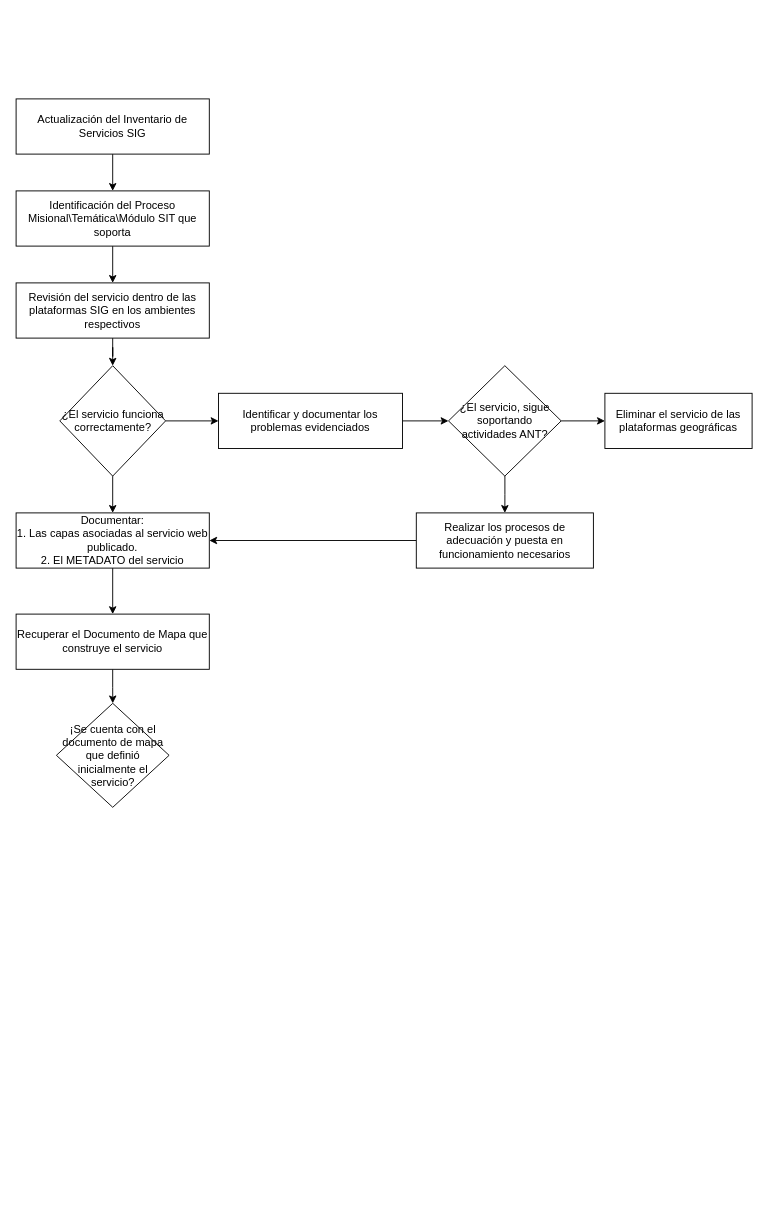
The draw.io diagram GestionServiciosGeograficosSSIT.drawio in rjsaby/FlujoProcesos, before the edit. Source tidied: cells renumbered, new cells numbered last; positions are measured from the earlier drawing's top-left corner, leaving out a move shared by most shapes. Both pictures are drawn from the tidied source at 92%, with x=0, y=0 at pixel (16, 98).
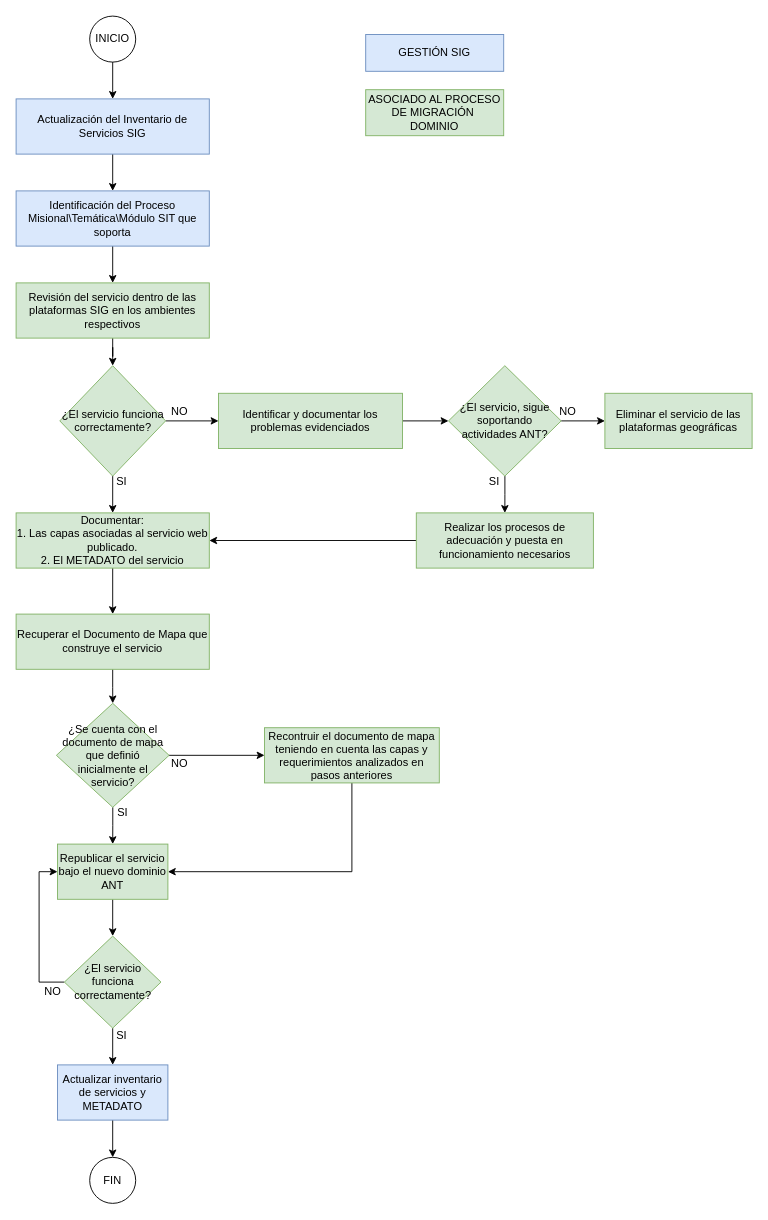
After the change.

What changed in the source:
```diff
@@
-    <mxCell id="3" value="Actualización del Inventario de Servicios SIG" style="rounded=0;whiteSpace=wrap;html=1;" parent="1" vertex="1">
+    <mxCell id="3" value="Actualización del Inventario de Servicios SIG" style="rounded=0;whiteSpace=wrap;html=1;fillColor=#dae8fc;strokeColor=#6c8ebf;" parent="1" vertex="1">
       <mxGeometry width="210" height="60" as="geometry" />
     </mxCell>
@@
-    <mxCell id="5" value="Identificación del Proceso Misional\Temática\Módulo SIT que soporta" style="rounded=0;whiteSpace=wrap;html=1;" parent="1" vertex="1">
+    <mxCell id="5" value="Identificación del Proceso Misional\Temática\Módulo SIT que soporta" style="rounded=0;whiteSpace=wrap;html=1;fillColor=#dae8fc;strokeColor=#6c8ebf;" parent="1" vertex="1">
       <mxGeometry y="100" width="210" height="60" as="geometry" />
     </mxCell>
@@
-    <mxCell id="7" value="Revisión del servicio dentro de las plataformas SIG en los ambientes respectivos" style="rounded=0;whiteSpace=wrap;html=1;" parent="1" vertex="1">
+    <mxCell id="7" value="Revisión del servicio dentro de las plataformas SIG en los ambientes respectivos" style="rounded=0;whiteSpace=wrap;html=1;fillColor=#d5e8d4;strokeColor=#82b366;" parent="1" vertex="1">
       <mxGeometry y="200" width="210" height="60" as="geometry" />
     </mxCell>
@@
-    <mxCell id="10" value="¿El servicio funciona correctamente?" style="rhombus;whiteSpace=wrap;html=1;" parent="1" vertex="1">
+    <mxCell id="10" value="¿El servicio funciona correctamente?" style="rhombus;whiteSpace=wrap;html=1;fillColor=#d5e8d4;strokeColor=#82b366;" parent="1" vertex="1">
       <mxGeometry x="47.5" y="290" width="115" height="120" as="geometry" />
     </mxCell>
@@
-    <mxCell id="12" value="Identificar y documentar los problemas evidenciados" style="rounded=0;whiteSpace=wrap;html=1;" parent="1" vertex="1">
+    <mxCell id="12" value="Identificar y documentar los problemas evidenciados" style="rounded=0;whiteSpace=wrap;html=1;fillColor=#d5e8d4;strokeColor=#82b366;" parent="1" vertex="1">
       <mxGeometry x="220" y="320" width="200" height="60" as="geometry" />
     </mxCell>
@@
-    <mxCell id="14" value="Documentar: &lt;br&gt;1. Las capas asociadas al servicio web publicado.&lt;br&gt;2. El METADATO del servicio" style="rounded=0;whiteSpace=wrap;html=1;" parent="1" vertex="1">
+    <mxCell id="14" value="Documentar: &lt;br&gt;1. Las capas asociadas al servicio web publicado.&lt;br&gt;2. El METADATO del servicio" style="rounded=0;whiteSpace=wrap;html=1;fillColor=#d5e8d4;strokeColor=#82b366;" parent="1" vertex="1">
       <mxGeometry y="450" width="210" height="60" as="geometry" />
     </mxCell>
@@
-    <mxCell id="17" value="¿El servicio, sigue soportando actividades ANT?" style="rhombus;whiteSpace=wrap;html=1;" parent="1" vertex="1">
+    <mxCell id="17" value="¿El servicio, sigue soportando actividades ANT?" style="rhombus;whiteSpace=wrap;html=1;fillColor=#d5e8d4;strokeColor=#82b366;" parent="1" vertex="1">
       <mxGeometry x="470" y="290" width="122.5" height="120" as="geometry" />
     </mxCell>
@@
-    <mxCell id="19" value="Realizar los procesos de adecuación y puesta en funcionamiento necesarios" style="rounded=0;whiteSpace=wrap;html=1;" parent="1" vertex="1">
+    <mxCell id="19" value="Realizar los procesos de adecuación y puesta en funcionamiento necesarios" style="rounded=0;whiteSpace=wrap;html=1;fillColor=#d5e8d4;strokeColor=#82b366;" parent="1" vertex="1">
       <mxGeometry x="435" y="450" width="192.5" height="60" as="geometry" />
     </mxCell>
-    <mxCell id="20" value="Eliminar el servicio de las plataformas geográficas" style="rounded=0;whiteSpace=wrap;html=1;" parent="1" vertex="1">
+    <mxCell id="20" value="Eliminar el servicio de las plataformas geográficas" style="rounded=0;whiteSpace=wrap;html=1;fillColor=#d5e8d4;strokeColor=#82b366;" parent="1" vertex="1">
       <mxGeometry x="640" y="320" width="160" height="60" as="geometry" />
     </mxCell>
@@
-    <mxCell id="22" value="Recuperar el Documento de Mapa que construye el servicio" style="rounded=0;whiteSpace=wrap;html=1;" parent="1" vertex="1">
+    <mxCell id="22" value="Recuperar el Documento de Mapa que construye el servicio" style="rounded=0;whiteSpace=wrap;html=1;fillColor=#d5e8d4;strokeColor=#82b366;" parent="1" vertex="1">
       <mxGeometry y="560" width="210" height="60" as="geometry" />
     </mxCell>
+    <mxCell id="24" style="edgeStyle=orthogonalEdgeStyle;rounded=0;jettySize=auto;html=1;entryX=0.5;entryY=0;entryDx=0;entryDy=0;" parent="1" edge="1" source="23" target="27">
+      <mxGeometry relative="1" as="geometry" />
+    </mxCell>
+    <mxCell id="25" style="edgeStyle=orthogonalEdgeStyle;rounded=0;jettySize=auto;html=1;" parent="1" edge="1" source="23" target="29">
+      <mxGeometry relative="1" as="geometry" />
+    </mxCell>
-    <mxCell id="23" value="¡Se cuenta con el documento de mapa que definió inicialmente el servicio?" style="rhombus;whiteSpace=wrap;html=1;" parent="1" vertex="1">
+    <mxCell id="23" value="¿Se cuenta con el documento de mapa que definió inicialmente el servicio?" style="rhombus;whiteSpace=wrap;html=1;fillColor=#d5e8d4;strokeColor=#82b366;" parent="1" vertex="1">
       <mxGeometry x="43.8" y="657" width="122.5" height="113" as="geometry" />
     </mxCell>
+    <mxCell id="26" style="edgeStyle=orthogonalEdgeStyle;rounded=0;jettySize=auto;html=1;entryX=0.5;entryY=0;entryDx=0;entryDy=0;" parent="1" edge="1" source="27" target="32">
+      <mxGeometry relative="1" as="geometry" />
+    </mxCell>
+    <mxCell id="27" value="Republicar el servicio bajo el nuevo dominio ANT" style="rounded=0;whiteSpace=wrap;html=1;fillColor=#d5e8d4;strokeColor=#82b366;" parent="1" vertex="1">
+      <mxGeometry x="45" y="810" width="120" height="60" as="geometry" />
+    </mxCell>
+    <mxCell id="28" style="edgeStyle=orthogonalEdgeStyle;rounded=0;jettySize=auto;html=1;entryX=1;entryY=0.5;entryDx=0;entryDy=0;" parent="1" edge="1" source="29" target="27">
+      <mxGeometry relative="1" as="geometry">
+        <Array as="points">
+          <mxPoint x="365" y="840" />
+        </Array>
+      </mxGeometry>
+    </mxCell>
+    <mxCell id="29" value="Recontruir el documento de mapa teniendo en cuenta las capas y requerimientos analizados en pasos anteriores" style="rounded=0;whiteSpace=wrap;html=1;fillColor=#d5e8d4;strokeColor=#82b366;" parent="1" vertex="1">
+      <mxGeometry x="270" y="683.5" width="190" height="60" as="geometry" />
+    </mxCell>
+    <mxCell id="30" style="edgeStyle=orthogonalEdgeStyle;rounded=0;jettySize=auto;html=1;entryX=0.5;entryY=0;entryDx=0;entryDy=0;" parent="1" edge="1" source="32" target="34">
+      <mxGeometry relative="1" as="geometry" />
+    </mxCell>
+    <mxCell id="31" style="edgeStyle=orthogonalEdgeStyle;rounded=0;jettySize=auto;html=1;entryX=0;entryY=0.5;entryDx=0;entryDy=0;exitX=0;exitY=0.5;exitDx=0;exitDy=0;" parent="1" edge="1" source="32" target="27">
+      <mxGeometry relative="1" as="geometry" />
+    </mxCell>
+    <mxCell id="32" value="¿El servicio funciona correctamente?" style="rhombus;whiteSpace=wrap;html=1;fillColor=#d5e8d4;strokeColor=#82b366;" parent="1" vertex="1">
+      <mxGeometry x="52.5" y="910" width="105" height="100" as="geometry" />
+    </mxCell>
+    <mxCell id="33" style="edgeStyle=orthogonalEdgeStyle;rounded=0;jettySize=auto;html=1;entryX=0.5;entryY=0;entryDx=0;entryDy=0;" parent="1" edge="1" source="34" target="37">
+      <mxGeometry relative="1" as="geometry" />
+    </mxCell>
+    <mxCell id="34" value="Actualizar inventario de servicios y METADATO" style="rounded=0;whiteSpace=wrap;html=1;fillColor=#dae8fc;strokeColor=#6c8ebf;" parent="1" vertex="1">
+      <mxGeometry x="45" y="1050" width="120" height="60" as="geometry" />
+    </mxCell>
+    <mxCell id="35" style="edgeStyle=orthogonalEdgeStyle;rounded=0;jettySize=auto;html=1;entryX=0.5;entryY=0;entryDx=0;entryDy=0;" parent="1" edge="1" source="36" target="3">
+      <mxGeometry relative="1" as="geometry" />
+    </mxCell>
+    <mxCell id="36" value="INICIO" style="ellipse;whiteSpace=wrap;html=1;" parent="1" vertex="1">
+      <mxGeometry x="80" y="-90" width="50" height="50" as="geometry" />
+    </mxCell>
+    <mxCell id="37" value="FIN" style="ellipse;whiteSpace=wrap;html=1;" parent="1" vertex="1">
+      <mxGeometry x="80" y="1150.5" width="50" height="50" as="geometry" />
+    </mxCell>
+    <mxCell id="38" value="SI" style="text;html=1;strokeColor=none;fillColor=none;align=center;verticalAlign=middle;whiteSpace=wrap;rounded=0;" parent="1" vertex="1">
+      <mxGeometry x="95" y="406" width="40" height="20" as="geometry" />
+    </mxCell>
+    <mxCell id="39" value="SI" style="text;html=1;strokeColor=none;fillColor=none;align=center;verticalAlign=middle;whiteSpace=wrap;rounded=0;" parent="1" vertex="1">
+      <mxGeometry x="96" y="766" width="40" height="20" as="geometry" />
+    </mxCell>
+    <mxCell id="40" value="SI" style="text;html=1;strokeColor=none;fillColor=none;align=center;verticalAlign=middle;whiteSpace=wrap;rounded=0;" parent="1" vertex="1">
+      <mxGeometry x="95" y="1008" width="40" height="20" as="geometry" />
+    </mxCell>
+    <mxCell id="41" value="SI" style="text;html=1;strokeColor=none;fillColor=none;align=center;verticalAlign=middle;whiteSpace=wrap;rounded=0;" parent="1" vertex="1">
+      <mxGeometry x="500" y="406" width="40" height="20" as="geometry" />
+    </mxCell>
+    <mxCell id="42" value="NO" style="text;html=1;strokeColor=none;fillColor=none;align=center;verticalAlign=middle;whiteSpace=wrap;rounded=0;" parent="1" vertex="1">
+      <mxGeometry x="157.5" y="330" width="40" height="20" as="geometry" />
+    </mxCell>
+    <mxCell id="43" value="NO" style="text;html=1;strokeColor=none;fillColor=none;align=center;verticalAlign=middle;whiteSpace=wrap;rounded=0;" parent="1" vertex="1">
+      <mxGeometry x="580" y="330" width="40" height="20" as="geometry" />
+    </mxCell>
+    <mxCell id="44" value="NO" style="text;html=1;strokeColor=none;fillColor=none;align=center;verticalAlign=middle;whiteSpace=wrap;rounded=0;" parent="1" vertex="1">
+      <mxGeometry x="158.2" y="713" width="40" height="20" as="geometry" />
+    </mxCell>
+    <mxCell id="45" value="NO" style="text;html=1;strokeColor=none;fillColor=none;align=center;verticalAlign=middle;whiteSpace=wrap;rounded=0;" parent="1" vertex="1">
+      <mxGeometry x="20" y="960" width="40" height="20" as="geometry" />
+    </mxCell>
+    <mxCell id="46" value="GESTIÓN SIG" style="rounded=0;whiteSpace=wrap;html=1;fillColor=#dae8fc;strokeColor=#6c8ebf;" parent="1" vertex="1">
+      <mxGeometry x="380" y="-70" width="150" height="40" as="geometry" />
+    </mxCell>
+    <mxCell id="47" value="ASOCIADO AL PROCESO DE MIGRACIÓN&amp;nbsp; DOMINIO" style="rounded=0;whiteSpace=wrap;html=1;fillColor=#d5e8d4;strokeColor=#82b366;" parent="1" vertex="1">
+      <mxGeometry x="380" y="-10" width="150" height="50" as="geometry" />
+    </mxCell>
```
